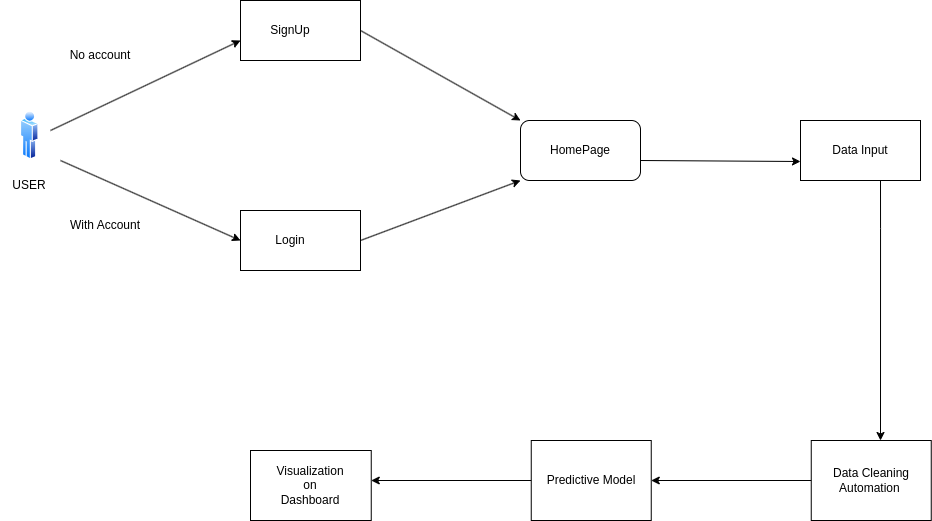
The draw.io diagram Untitled Diagram.drawio.png in ndegwaanth/UML-Diagram, before a commit. Source tidied: cells renumbered, new cells last; positions are measured from the earlier drawing's top-left corner, leaving out a move shared by most shapes.
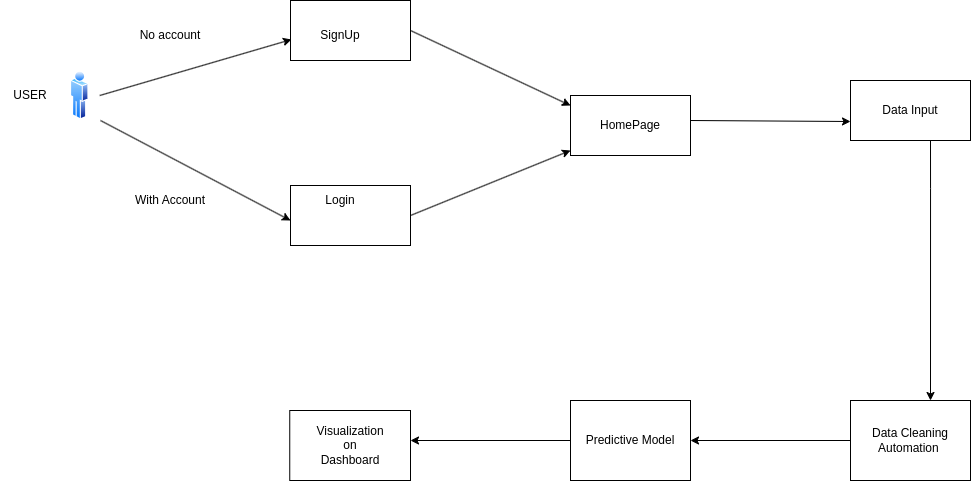
Above is the later version.

Change to the diagram source:
```diff
@@ -6,52 +6,47 @@
       <mxGeometry x="21" y="110" width="18.5" height="50" as="geometry" />
     </mxCell>
     <mxCell id="3" value="USER" style="text;html=1;align=center;verticalAlign=middle;whiteSpace=wrap;rounded=0;" parent="1" vertex="1">
-      <mxGeometry x="0.2" y="170" width="60" height="30" as="geometry" />
+      <mxGeometry x="-49" y="120" width="60" height="30" as="geometry" />
     </mxCell>
-    <mxCell id="4" style="endArrow=classic;html=1;rounded=0;" parent="1" edge="1">
+    <mxCell id="4" style="endArrow=classic;html=1;rounded=0;entryX=0.008;entryY=0.65;entryDx=0;entryDy=0;entryPerimeter=0;" parent="1" edge="1" target="8">
       <mxGeometry relative="1" as="geometry">
-        <mxPoint x="51" y="130" as="sourcePoint" />
-        <mxPoint x="241" y="40" as="targetPoint" />
+        <mxPoint x="50.2" y="135" as="sourcePoint" />
       </mxGeometry>
     </mxCell>
     <mxCell id="5" value="No account" style="text;html=1;align=center;verticalAlign=middle;whiteSpace=wrap;rounded=0;rotation=0;" parent="1" vertex="1">
-      <mxGeometry x="51" y="40" width="100" height="30" as="geometry" />
+      <mxGeometry x="71" y="60" width="100" height="30" as="geometry" />
     </mxCell>
     <mxCell id="6" style="endArrow=classic;html=1;rounded=0;" parent="1" edge="1">
       <mxGeometry relative="1" as="geometry">
-        <mxPoint x="61" y="160" as="sourcePoint" />
-        <mxPoint x="241" y="240" as="targetPoint" />
+        <mxPoint x="51" y="160" as="sourcePoint" />
+        <mxPoint x="241" y="260" as="targetPoint" />
       </mxGeometry>
     </mxCell>
     <mxCell id="7" value="With Account" style="text;html=1;align=center;verticalAlign=middle;whiteSpace=wrap;rounded=0;" parent="1" vertex="1">
-      <mxGeometry x="51" y="210" width="110" height="30" as="geometry" />
+      <mxGeometry x="66" y="225" width="110" height="30" as="geometry" />
     </mxCell>
     <mxCell id="8" style="rounded=0;whiteSpace=wrap;html=1;" parent="1" vertex="1">
-      <mxGeometry x="241" width="120" height="60" as="geometry" />
+      <mxGeometry x="241" y="40" width="120" height="60" as="geometry" />
     </mxCell>
     <mxCell id="9" style="rounded=0;whiteSpace=wrap;html=1;" parent="1" vertex="1">
-      <mxGeometry x="241" y="210" width="120" height="60" as="geometry" />
+      <mxGeometry x="241" y="225" width="120" height="60" as="geometry" />
     </mxCell>
     <mxCell id="10" value="SignUp" style="text;html=1;align=center;verticalAlign=middle;whiteSpace=wrap;rounded=0;" parent="1" vertex="1">
-      <mxGeometry x="261" y="15" width="60" height="30" as="geometry" />
+      <mxGeometry x="261" y="60" width="60" height="30" as="geometry" />
     </mxCell>
     <mxCell id="11" value="Login" style="text;html=1;align=center;verticalAlign=middle;whiteSpace=wrap;rounded=0;" parent="1" vertex="1">
       <mxGeometry x="261" y="225" width="60" height="30" as="geometry" />
     </mxCell>
-    <mxCell id="12" style="endArrow=classic;html=1;rounded=0;exitX=1;exitY=0.5;exitDx=0;exitDy=0;" parent="1" edge="1" source="8">
+    <mxCell id="12" style="endArrow=classic;html=1;rounded=0;exitX=1;exitY=0.5;exitDx=0;exitDy=0;entryX=0;entryY=0.25;entryDx=0;entryDy=0;" parent="1" edge="1" source="8">
       <mxGeometry relative="1" as="geometry">
-        <mxPoint x="521" y="120" as="targetPoint" />
+        <mxPoint x="521" y="145" as="targetPoint" />
       </mxGeometry>
     </mxCell>
-    <mxCell id="13" style="endArrow=classic;html=1;rounded=0;exitX=1;exitY=0.5;exitDx=0;exitDy=0;entryX=0;entryY=1;entryDx=0;entryDy=0;" parent="1" edge="1" source="9" target="14">
-      <mxGeometry relative="1" as="geometry" />
+    <mxCell id="13" style="endArrow=classic;html=1;rounded=0;exitX=1;exitY=0.5;exitDx=0;exitDy=0;entryX=0;entryY=1;entryDx=0;entryDy=0;" parent="1" edge="1" source="9">
+      <mxGeometry relative="1" as="geometry">
+        <mxPoint x="521" y="190" as="targetPoint" />
+      </mxGeometry>
     </mxCell>
-    <mxCell id="14" style="rounded=1;whiteSpace=wrap;html=1;" parent="1" vertex="1">
-      <mxGeometry x="521" y="120" width="120" height="60" as="geometry" />
-    </mxCell>
-    <mxCell id="15" value="HomePage" style="text;html=1;align=center;verticalAlign=middle;whiteSpace=wrap;rounded=0;" parent="1" vertex="1">
-      <mxGeometry x="551" y="135" width="60" height="30" as="geometry" />
-    </mxCell>
     <mxCell id="16" style="endArrow=classic;html=1;rounded=0;exitX=1.033;exitY=0.65;exitDx=0;exitDy=0;exitPerimeter=0;" parent="1" edge="1">
       <mxGeometry relative="1" as="geometry">
         <mxPoint x="641" y="160" as="sourcePoint" />
@@ -73,33 +68,39 @@
         </Array>
       </mxGeometry>
     </mxCell>
-    <mxCell id="20" style="rounded=0;whiteSpace=wrap;html=1;" parent="1" vertex="1">
-      <mxGeometry x="811.8" y="440" width="120" height="80" as="geometry" />
-    </mxCell>
+    <mxCell id="28" style="rounded=0;whiteSpace=wrap;html=1;" parent="1" vertex="1">
+      <mxGeometry x="801" y="440" width="120" height="80" as="geometry" />
+    </mxCell>
     <mxCell id="21" value="Data Cleaning Automation&amp;nbsp;" style="text;html=1;align=center;verticalAlign=middle;whiteSpace=wrap;rounded=0;" parent="1" vertex="1">
-      <mxGeometry x="821.8" y="465" width="100" height="30" as="geometry" />
+      <mxGeometry x="811" y="465" width="100" height="30" as="geometry" />
     </mxCell>
-    <mxCell id="22" style="endArrow=classic;html=1;rounded=0;exitX=0;exitY=0.5;exitDx=0;exitDy=0;" parent="1" edge="1" source="20">
-      <mxGeometry relative="1" as="geometry">
-        <mxPoint x="651.8" y="480" as="targetPoint" />
-      </mxGeometry>
-    </mxCell>
-    <mxCell id="23" style="rounded=0;whiteSpace=wrap;html=1;" parent="1" vertex="1">
-      <mxGeometry x="531.8" y="440" width="120" height="80" as="geometry" />
-    </mxCell>
+    <mxCell id="29" style="endArrow=classic;html=1;rounded=0;exitX=0;exitY=0.5;exitDx=0;exitDy=0;" parent="1" edge="1" source="28">
+      <mxGeometry relative="1" as="geometry">
+        <mxPoint x="641" y="480" as="targetPoint" />
+      </mxGeometry>
+    </mxCell>
+    <mxCell id="30" style="rounded=0;whiteSpace=wrap;html=1;" parent="1" vertex="1">
+      <mxGeometry x="521" y="440" width="120" height="80" as="geometry" />
+    </mxCell>
     <mxCell id="24" value="Predictive Model" style="text;html=1;align=center;verticalAlign=middle;whiteSpace=wrap;rounded=0;" parent="1" vertex="1">
-      <mxGeometry x="541.8" y="465" width="100" height="30" as="geometry" />
+      <mxGeometry x="531" y="465" width="100" height="30" as="geometry" />
     </mxCell>
-    <mxCell id="25" style="endArrow=classic;html=1;rounded=0;exitX=0;exitY=0.5;exitDx=0;exitDy=0;" parent="1" edge="1" source="23">
-      <mxGeometry relative="1" as="geometry">
-        <mxPoint x="371.8" y="480" as="targetPoint" />
-      </mxGeometry>
-    </mxCell>
-    <mxCell id="26" style="rounded=0;whiteSpace=wrap;html=1;" parent="1" vertex="1">
-      <mxGeometry x="251" y="450" width="120.8" height="70" as="geometry" />
-    </mxCell>
+    <mxCell id="31" style="endArrow=classic;html=1;rounded=0;exitX=0;exitY=0.5;exitDx=0;exitDy=0;" parent="1" edge="1" source="30">
+      <mxGeometry relative="1" as="geometry">
+        <mxPoint x="361" y="480" as="targetPoint" />
+      </mxGeometry>
+    </mxCell>
+    <mxCell id="32" style="rounded=0;whiteSpace=wrap;html=1;" parent="1" vertex="1">
+      <mxGeometry x="240.2" y="450" width="120.8" height="70" as="geometry" />
+    </mxCell>
     <mxCell id="27" value="Visualization on Dashboard" style="text;html=1;align=center;verticalAlign=middle;whiteSpace=wrap;rounded=0;" parent="1" vertex="1">
-      <mxGeometry x="281.4" y="470" width="60.4" height="30" as="geometry" />
+      <mxGeometry x="270.6" y="470" width="60.4" height="30" as="geometry" />
     </mxCell>
+    <mxCell id="33" style="rounded=0;whiteSpace=wrap;html=1;" parent="1" vertex="1">
+      <mxGeometry x="521" y="135" width="120" height="60" as="geometry" />
+    </mxCell>
+    <mxCell id="15" value="HomePage" style="text;html=1;align=center;verticalAlign=middle;whiteSpace=wrap;rounded=0;" parent="1" vertex="1">
+      <mxGeometry x="551" y="150" width="60" height="30" as="geometry" />
+    </mxCell>
   </root>
 </mxGraphModel>
```
